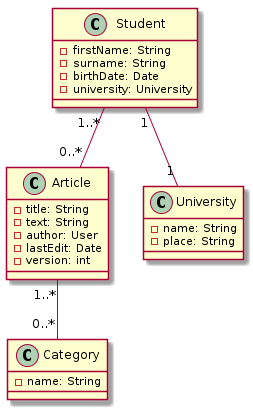
Earlier version of the PlantUML export documentation/uml/domain/domain.png (software-strijders/billy). Source of this version:
```plantuml
@startuml
class Article {
  - title: String
  - text: String
  - author: User
  - lastEdit: Date
  - version: int
}

class Category {
  - name: String
}

class Student {
  - firstName: String
  - surname: String
  - birthDate: Date
  - university: University
}

class University {
  - name: String
  - place: String
}

Student "1..*" -- "0..*" Article
Student "1" -- "1" University

Article "1..*" -- "0..*" Category
@enduml
```
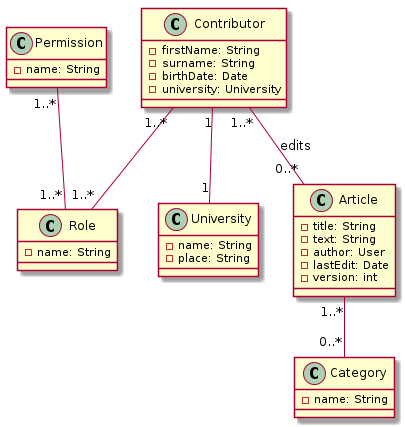
Above is the later version.

Commit message:
Update domain model

Diff of the diagram source:
```diff
@@ -11,11 +11,19 @@
   - name: String
 }
 
-class Student {
+class Contributor {
   - firstName: String
   - surname: String
   - birthDate: Date
   - university: University
+}
+
+class Permission {
+  - name: String
+}
+
+class Role {
+  - name: String
 }
 
 class University {
@@ -23,8 +31,11 @@
   - place: String
 }
 
-Student "1..*" -- "0..*" Article
-Student "1" -- "1" University
+Permission "1..*" -- "1..*" Role
+Contributor "1..*" -- "1..*" Role
+Contributor "1..*" -- "0..*" Article : edits
+Contributor "1" -- "1" University
+
 
 Article "1..*" -- "0..*" Category
 @enduml
```
